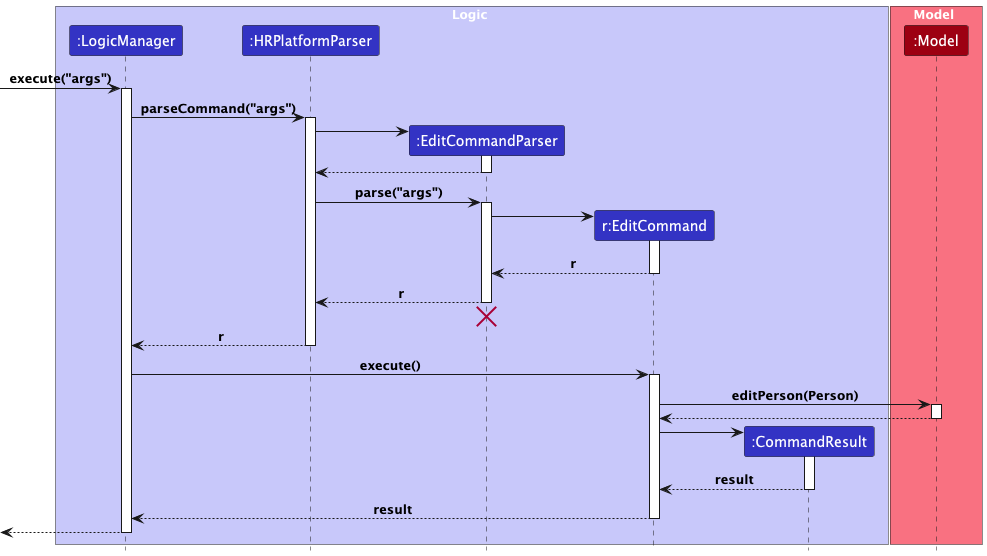
nus-cs2103-AY2425S1/tp keeps this PlantUML diagram as docs/images/EditCommandSequenceDiagram.png. Above is the earlier version.
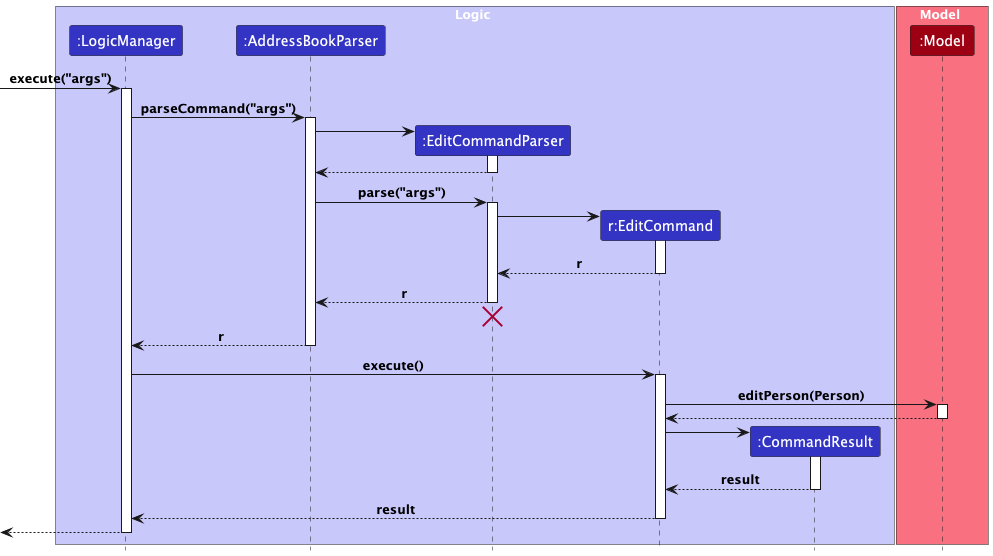
After the commit.

Diff of the diagram source:
```diff
@@ -3,7 +3,7 @@
 
 box Logic LOGIC_COLOR_T1
 participant ":LogicManager" as LogicManager LOGIC_COLOR
-participant ":HRPlatformParser" as HRPlatformParser LOGIC_COLOR
+participant ":AddressBookParser" as AddressBookParser LOGIC_COLOR
 participant ":EditCommandParser" as EditCommandParser LOGIC_COLOR
 participant "r:EditCommand" as EditCommand LOGIC_COLOR
 participant ":CommandResult" as CommandResult LOGIC_COLOR
@@ -16,17 +16,17 @@
 [-> LogicManager : execute("args")
 activate LogicManager
 
-LogicManager -> HRPlatformParser : parseCommand("args")
-activate HRPlatformParser
+LogicManager -> AddressBookParser : parseCommand("args")
+activate AddressBookParser
 
 create EditCommandParser
-HRPlatformParser -> EditCommandParser
+AddressBookParser -> EditCommandParser
 activate EditCommandParser
 
-EditCommandParser --> HRPlatformParser
+EditCommandParser --> AddressBookParser
 deactivate EditCommandParser
 
-HRPlatformParser -> EditCommandParser : parse("args")
+AddressBookParser -> EditCommandParser : parse("args")
 activate EditCommandParser
 
 create EditCommand
@@ -36,14 +36,14 @@
 EditCommand --> EditCommandParser : r
 deactivate EditCommand
 
-EditCommandParser --> HRPlatformParser : r
+EditCommandParser --> AddressBookParser : r
 deactivate EditCommandParser
 
-EditCommandParser -[hidden]-> HRPlatformParser
+EditCommandParser -[hidden]-> AddressBookParser
 destroy EditCommandParser
 
-HRPlatformParser --> LogicManager : r
-deactivate HRPlatformParser
+AddressBookParser --> LogicManager : r
+deactivate AddressBookParser
 
 LogicManager -> EditCommand : execute()
 activate EditCommand
```
